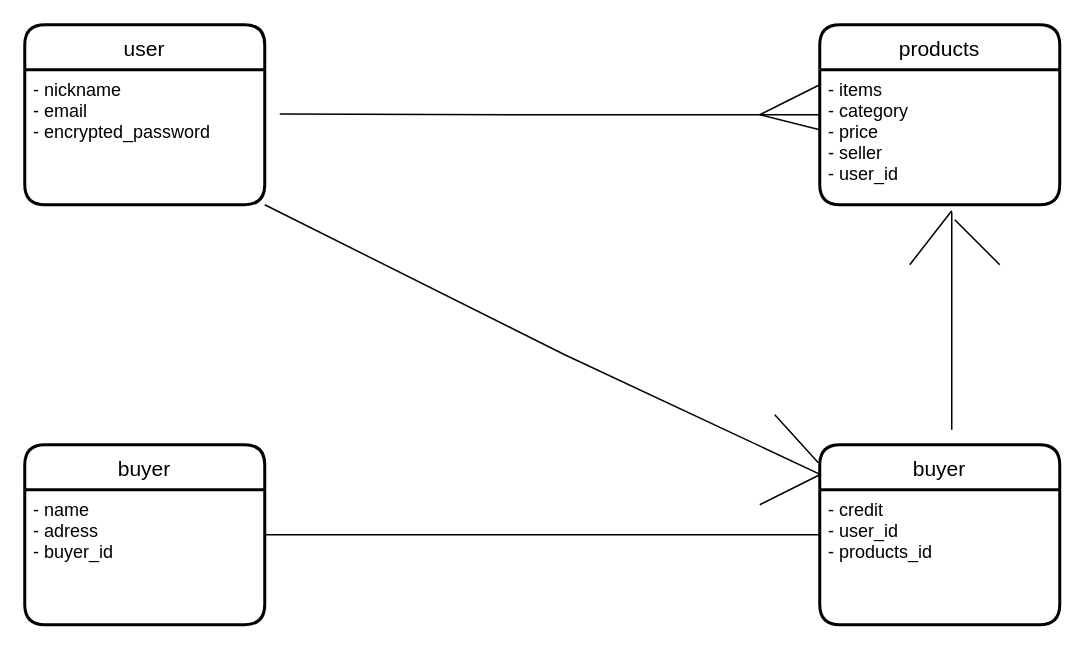
Above: furima.dio in takutossan/furima-36231 (draw.io), before the change. Source tidied: cells renumbered, new cells numbered last; positions are measured from the earlier drawing's top-left corner, leaving out a move shared by most shapes. Both pictures are drawn from the tidied source at 150%, with x=0, y=0 at pixel (24, 24).
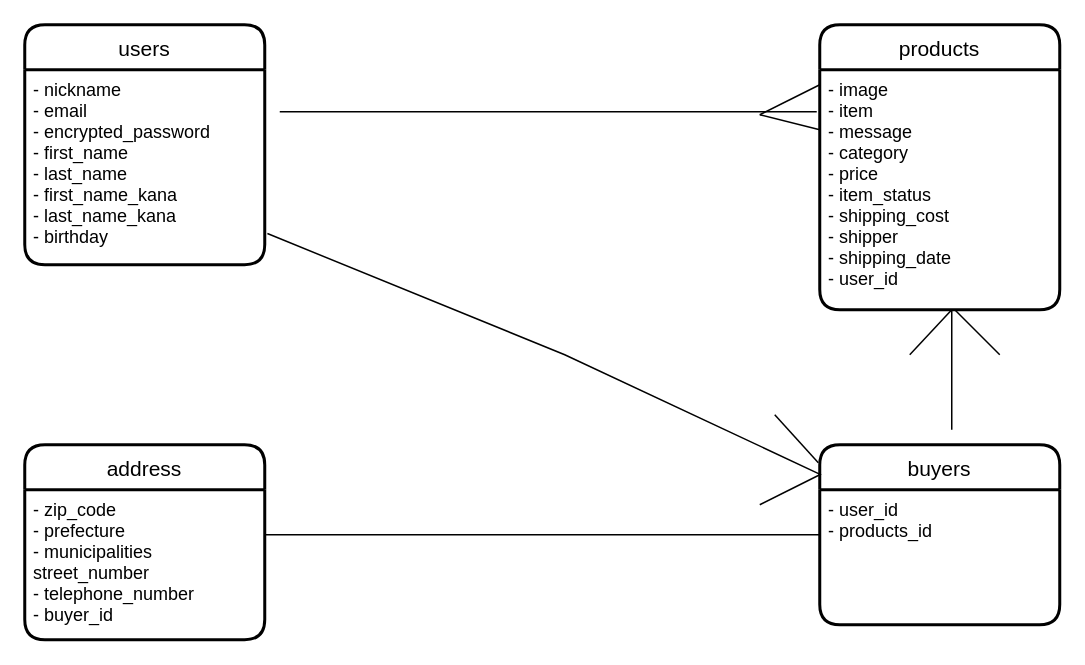
The same diagram, later.

Commit message (it also covers changes not shown here):
データベース設計修正

The edit, as a diff of the source:
```diff
@@
-    <mxCell id="2" value="user" style="swimlane;horizontal=1;startSize=30;rounded=1;fontSize=14;fontStyle=0;strokeWidth=2;shadow=0;dashed=0;align=center;" parent="1" vertex="1">
-      <mxGeometry width="160" height="120" as="geometry" />
+    <mxCell id="2" value="users" style="swimlane;horizontal=1;startSize=30;rounded=1;fontSize=14;fontStyle=0;strokeWidth=2;shadow=0;dashed=0;align=center;" parent="1" vertex="1">
+      <mxGeometry width="160" height="160" as="geometry" />
     </mxCell>
-    <mxCell id="3" value="- nickname&#10;- email&#10;- encrypted_password" style="align=left;strokeColor=none;fillColor=none;spacingLeft=4;fontSize=12;verticalAlign=top;" parent="2" vertex="1">
-      <mxGeometry y="30" width="160" height="90" as="geometry" />
+    <mxCell id="3" value="- nickname&#10;- email&#10;- encrypted_password&#10;- first_name&#10;- last_name&#10;- first_name_kana&#10;- last_name_kana&#10;- birthday" style="align=left;strokeColor=none;fillColor=none;spacingLeft=4;fontSize=12;verticalAlign=top;" parent="2" vertex="1">
+      <mxGeometry y="30" width="160" height="130" as="geometry" />
     </mxCell>
     <mxCell id="4" value="products" style="swimlane;horizontal=1;startSize=30;rounded=1;fontSize=14;fontStyle=0;strokeWidth=2;shadow=0;dashed=0;align=center;" parent="1" vertex="1">
-      <mxGeometry x="530" width="160" height="120" as="geometry" />
+      <mxGeometry x="530" width="160" height="190" as="geometry" />
     </mxCell>
-    <mxCell id="5" value="- items&#10;- category&#10;- price&#10;- seller&#10;- user_id&#10;" style="align=left;strokeColor=none;fillColor=none;spacingLeft=4;fontSize=12;verticalAlign=top;" parent="4" vertex="1">
-      <mxGeometry y="30" width="160" height="90" as="geometry" />
+    <mxCell id="5" value="- image&#10;- item&#10;- message&#10;- category&#10;- price&#10;- item_status&#10;- shipping_cost&#10;- shipper&#10;- shipping_date&#10;- user_id&#10;" style="align=left;strokeColor=none;fillColor=none;spacingLeft=4;fontSize=12;verticalAlign=top;" parent="4" vertex="1">
+      <mxGeometry y="30" width="160" height="160" as="geometry" />
     </mxCell>
-    <mxCell id="6" value="buyer" style="swimlane;horizontal=1;startSize=30;rounded=1;fontSize=14;fontStyle=0;strokeWidth=2;shadow=0;dashed=0;align=center;" parent="1" vertex="1">
-      <mxGeometry y="280" width="160" height="120" as="geometry" />
+    <mxCell id="6" value="address" style="swimlane;horizontal=1;startSize=30;rounded=1;fontSize=14;fontStyle=0;strokeWidth=2;shadow=0;dashed=0;align=center;" parent="1" vertex="1">
+      <mxGeometry y="280" width="160" height="130" as="geometry" />
     </mxCell>
-    <mxCell id="7" value="- name&#10;- adress&#10;- buyer_id" style="align=left;strokeColor=none;fillColor=none;spacingLeft=4;fontSize=12;verticalAlign=top;" parent="6" vertex="1">
-      <mxGeometry y="30" width="160" height="90" as="geometry" />
+    <mxCell id="7" value="- zip_code&#10;- prefecture&#10;- municipalities&#10;street_number&#10;- telephone_number&#10;- buyer_id" style="align=left;strokeColor=none;fillColor=none;spacingLeft=4;fontSize=12;verticalAlign=top;" parent="6" vertex="1">
+      <mxGeometry y="30" width="160" height="100" as="geometry" />
     </mxCell>
-    <mxCell id="8" value="buyer" style="swimlane;horizontal=1;startSize=30;rounded=1;fontSize=14;fontStyle=0;strokeWidth=2;shadow=0;dashed=0;align=center;" parent="1" vertex="1">
+    <mxCell id="8" value="buyers" style="swimlane;horizontal=1;startSize=30;rounded=1;fontSize=14;fontStyle=0;strokeWidth=2;shadow=0;dashed=0;align=center;" parent="1" vertex="1">
       <mxGeometry x="530" y="280" width="160" height="120" as="geometry" />
     </mxCell>
-    <mxCell id="9" value="- credit&#10;- user_id&#10;- products_id" style="align=left;strokeColor=none;fillColor=none;spacingLeft=4;fontSize=12;verticalAlign=top;" parent="8" vertex="1">
+    <mxCell id="9" value="- user_id&#10;- products_id" style="align=left;strokeColor=none;fillColor=none;spacingLeft=4;fontSize=12;verticalAlign=top;" parent="8" vertex="1">
       <mxGeometry y="30" width="160" height="90" as="geometry" />
     </mxCell>
-    <mxCell id="10" style="endArrow=none;html=1;rounded=0;entryX=0;entryY=0.5;entryDx=0;entryDy=0;" parent="1" edge="1" target="4">
+    <mxCell id="10" style="endArrow=none;html=1;rounded=0;" parent="1" edge="1">
       <mxGeometry relative="1" as="geometry">
-        <mxPoint x="170" y="59.5" as="sourcePoint" />
-        <Array as="points">
-          <mxPoint x="350" y="60" />
-        </Array>
+        <mxPoint x="170" y="58" as="sourcePoint" />
+        <mxPoint x="528" y="58" as="targetPoint" />
       </mxGeometry>
     </mxCell>
@@
-    <mxCell id="13" style="endArrow=none;html=1;rounded=0;entryX=0.006;entryY=0.167;entryDx=0;entryDy=0;entryPerimeter=0;exitX=1;exitY=1;exitDx=0;exitDy=0;" parent="1" edge="1" source="3" target="8">
+    <mxCell id="13" style="endArrow=none;html=1;rounded=0;entryX=0.006;entryY=0.167;entryDx=0;entryDy=0;entryPerimeter=0;exitX=1.011;exitY=0.84;exitDx=0;exitDy=0;exitPerimeter=0;" parent="1" edge="1" source="3" target="8">
       <mxGeometry relative="1" as="geometry">
         <Array as="points">
           <mxPoint x="360" y="220" />
         </Array>
       </mxGeometry>
     </mxCell>
@@
-    <mxCell id="16" style="endArrow=none;html=1;rounded=0;entryX=0.55;entryY=1.056;entryDx=0;entryDy=0;entryPerimeter=0;" parent="1" edge="1" target="5">
+    <mxCell id="16" style="endArrow=none;html=1;rounded=0;" parent="1" edge="1">
       <mxGeometry relative="1" as="geometry">
         <mxPoint x="618" y="270" as="sourcePoint" />
+        <mxPoint x="618" y="190" as="targetPoint" />
       </mxGeometry>
     </mxCell>
-    <mxCell id="17" style="endArrow=none;html=1;rounded=0;exitX=0.55;exitY=1.044;exitDx=0;exitDy=0;exitPerimeter=0;" parent="1" edge="1" source="5">
+    <mxCell id="17" style="endArrow=none;html=1;rounded=0;" parent="1" edge="1">
       <mxGeometry relative="1" as="geometry">
-        <mxPoint x="590" y="160" as="targetPoint" />
-        <Array as="points">
-          <mxPoint x="618" y="124" />
-        </Array>
+        <mxPoint x="618" y="190" as="sourcePoint" />
+        <mxPoint x="590" y="220" as="targetPoint" />
       </mxGeometry>
     </mxCell>
     <mxCell id="18" style="endArrow=none;html=1;rounded=0;exitX=0.55;exitY=1.044;exitDx=0;exitDy=0;exitPerimeter=0;" parent="1" edge="1">
       <mxGeometry relative="1" as="geometry">
-        <mxPoint x="650" y="160" as="sourcePoint" />
-        <mxPoint x="650" y="160" as="targetPoint" />
+        <mxPoint x="650" y="220" as="sourcePoint" />
+        <mxPoint x="650" y="220" as="targetPoint" />
         <Array as="points">
-          <mxPoint x="620" y="130" />
-          <mxPoint x="650" y="160" />
+          <mxPoint x="620" y="190" />
+          <mxPoint x="650" y="220" />
         </Array>
       </mxGeometry>
     </mxCell>
-    <mxCell id="19" style="endArrow=none;html=1;rounded=0;entryX=0;entryY=0.5;entryDx=0;entryDy=0;exitX=1;exitY=0.333;exitDx=0;exitDy=0;exitPerimeter=0;" parent="1" edge="1" source="7">
+    <mxCell id="19" style="endArrow=none;html=1;rounded=0;entryX=0;entryY=0.5;entryDx=0;entryDy=0;" parent="1" edge="1">
       <mxGeometry relative="1" as="geometry">
+        <mxPoint x="160" y="340" as="sourcePoint" />
         <mxPoint x="530" y="340" as="targetPoint" />
         <Array as="points">
           <mxPoint x="350" y="340" />
         </Array>
       </mxGeometry>
     </mxCell>
```
